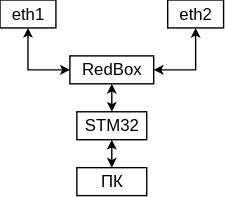
Above: PRP.drawio.svg in Andrianov-Daniil/Block_Diagram (draw.io), before the change. Source tidied: cells renumbered, new cells last; positions are measured from the earlier drawing's top-left corner, leaving out a move shared by most shapes.
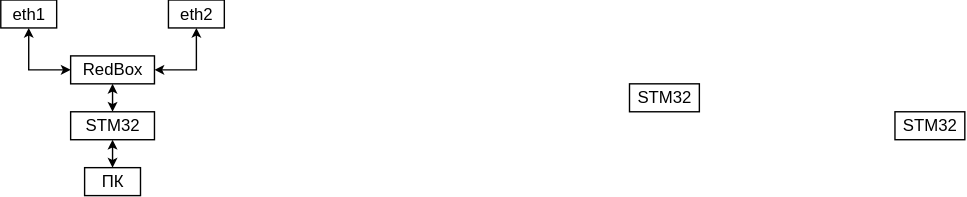
The same file after the commit.

Diff of the diagram source:
```diff
@@ -16,7 +16,7 @@
       <mxGeometry relative="1" as="geometry" />
     </mxCell>
     <mxCell id="5" value="STM32" style="rounded=0;whiteSpace=wrap;html=1;" parent="1" vertex="1">
-      <mxGeometry x="55" y="80" width="50" height="20" as="geometry" />
+      <mxGeometry x="50" y="80" width="60" height="20" as="geometry" />
     </mxCell>
     <mxCell id="6" style="edgeStyle=none;rounded=0;jettySize=auto;html=1;entryX=1;entryY=0.5;entryDx=0;entryDy=0;startSize=4;endSize=4;strokeWidth=1;startArrow=classic;startFill=1;" parent="1" edge="1" source="7" target="9">
       <mxGeometry relative="1" as="geometry">
@@ -35,7 +35,13 @@
       <mxGeometry x="50" y="40" width="60" height="20" as="geometry" />
     </mxCell>
     <mxCell id="10" value="ПК" style="rounded=0;whiteSpace=wrap;html=1;" parent="1" vertex="1">
-      <mxGeometry x="55" y="120" width="50" height="20" as="geometry" />
+      <mxGeometry x="60" y="120" width="40" height="20" as="geometry" />
     </mxCell>
+    <mxCell id="11" value="STM32" style="rounded=0;whiteSpace=wrap;html=1;" parent="1" vertex="1">
+      <mxGeometry x="450" y="60" width="50" height="20" as="geometry" />
+    </mxCell>
+    <mxCell id="12" value="STM32" style="rounded=0;whiteSpace=wrap;html=1;" parent="1" vertex="1">
+      <mxGeometry x="640" y="80" width="50" height="20" as="geometry" />
+    </mxCell>
   </root>
 </mxGraphModel>
```
